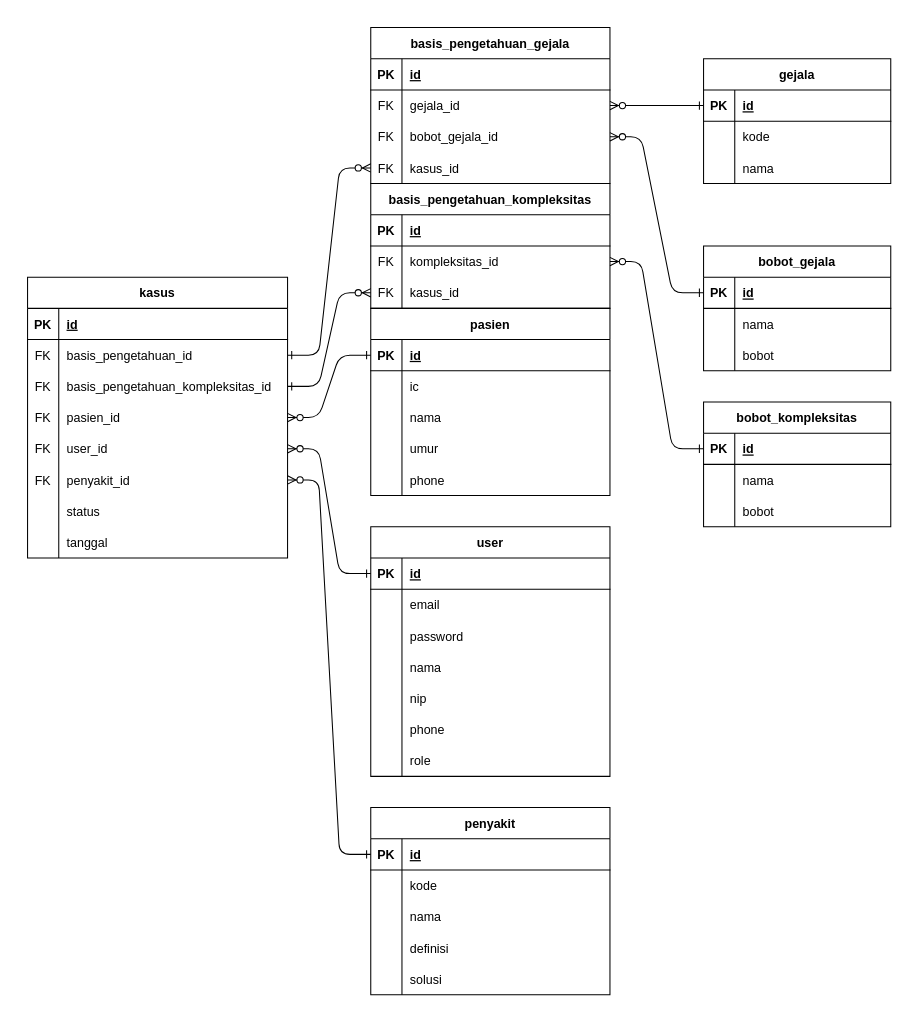
jodysuseno/exsys-cf-gkm keeps this draw.io diagram as erd_cbr.drawio. Above is the earlier version. Source tidied: cells renumbered, new cells numbered last; positions are measured from the earlier drawing's top-left corner, leaving out a move shared by most shapes. Both pictures are drawn from the tidied source at 104%, with x=0, y=0 at pixel (27, 27).
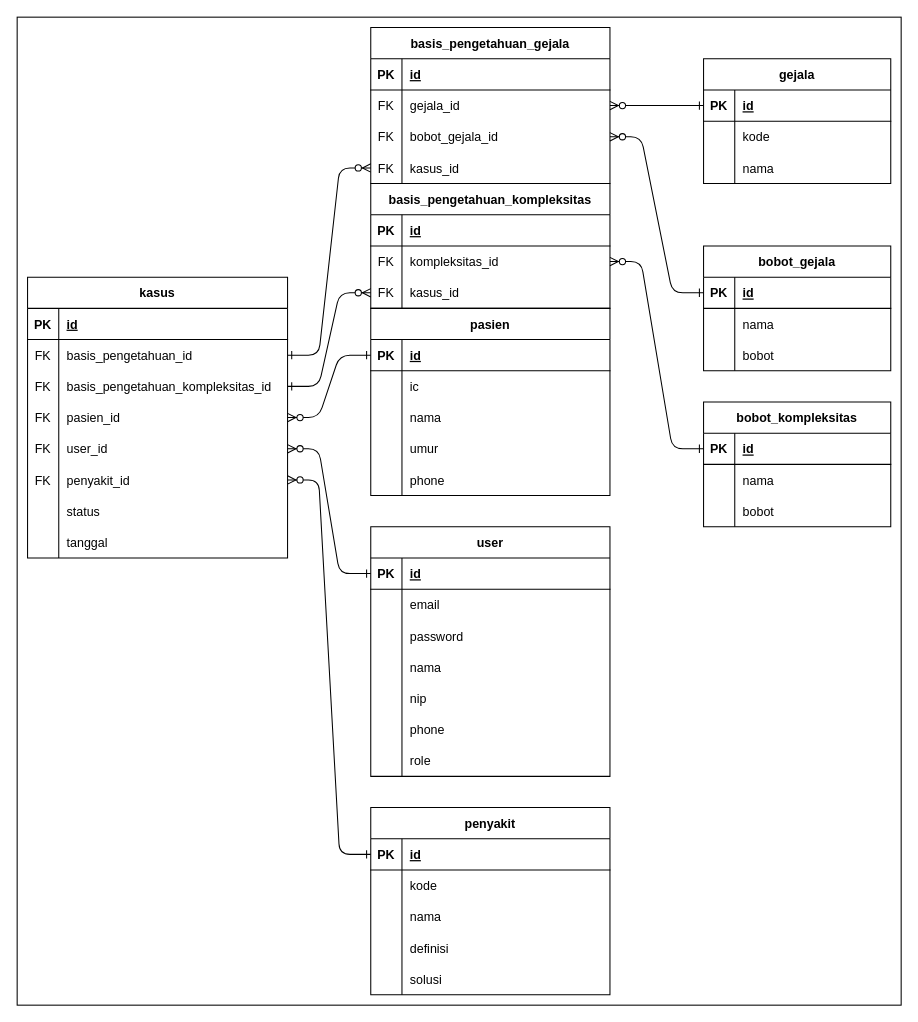
Above is the later version.

Change to the diagram source:
```diff
@@
+    <mxCell id="142" style="rounded=0;whiteSpace=wrap;html=1;" parent="1" vertex="1">
+      <mxGeometry x="-10" y="-10" width="850" height="950" as="geometry" />
+    </mxCell>
```
